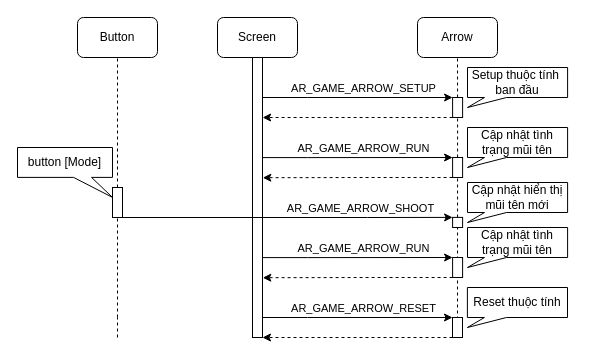
Above: page "Page-3" (2 of 2) of arrow_sequence.drawio in QuocBuu/drawio (draw.io), before the change. Source tidied: cells renumbered, new cells numbered last; positions are measured from the earlier drawing's top-left corner, leaving out a move shared by most shapes. Both pictures are drawn from the tidied source at 100%, with x=0, y=0 at pixel (17, 17).
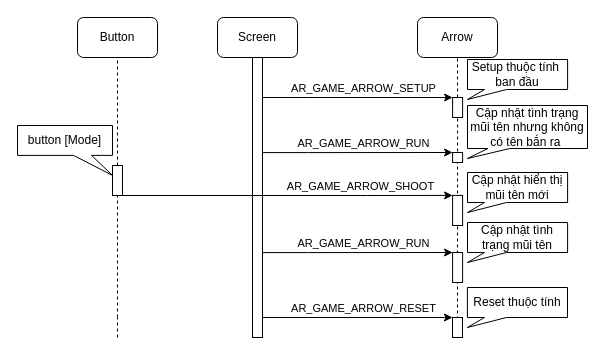
The same diagram, later.

Unchanged cells that the change refers to:
```xml
<mxCell id="13" style="rounded=0;whiteSpace=wrap;html=1;" parent="1" vertex="1">
  <mxGeometry x="435.1" y="80" width="10" height="20" as="geometry" />
</mxCell>
<mxCell id="27" style="rounded=0;whiteSpace=wrap;html=1;" parent="1" vertex="1">
  <mxGeometry x="435" y="300" width="10" height="20" as="geometry" />
</mxCell>
```

What changed in the source:
```diff
@@
-    <mxCell id="12" style="edgeStyle=orthogonalEdgeStyle;rounded=0;jettySize=auto;html=1;exitX=0;exitY=1;exitDx=0;exitDy=0;entryX=1;entryY=0.147;entryDx=0;entryDy=0;entryPerimeter=0;dashed=1;" parent="1" edge="1" source="13">
-      <mxGeometry relative="1" as="geometry">
-        <mxPoint x="245.1" y="100" as="targetPoint" />
-        <Array as="points">
-          <mxPoint x="360.1" y="100" />
-          <mxPoint x="360.1" y="100" />
-        </Array>
-      </mxGeometry>
-    </mxCell>
@@
     <mxCell id="15" style="rounded=0;whiteSpace=wrap;html=1;" parent="1" vertex="1">
-      <mxGeometry x="95" y="170" width="10" height="30" as="geometry" />
+      <mxGeometry x="95" y="148" width="10" height="30" as="geometry" />
     </mxCell>
     <mxCell id="16" style="edgeStyle=orthogonalEdgeStyle;rounded=0;jettySize=auto;html=1;entryX=0;entryY=0;entryDx=0;entryDy=0;exitX=0.989;exitY=0.265;exitDx=0;exitDy=0;exitPerimeter=0;" parent="1" edge="1" target="19">
       <mxGeometry relative="1" as="geometry">
-        <mxPoint x="245" y="140.1" as="sourcePoint" />
+        <mxPoint x="245" y="135.1" as="sourcePoint" />
         <Array as="points">
-          <mxPoint x="290.1" y="140" />
+          <mxPoint x="290.1" y="135" />
         </Array>
       </mxGeometry>
     </mxCell>
@@
-    <mxCell id="18" style="edgeStyle=orthogonalEdgeStyle;rounded=0;jettySize=auto;html=1;exitX=0;exitY=1;exitDx=0;exitDy=0;dashed=1;entryX=1.019;entryY=0.324;entryDx=0;entryDy=0;entryPerimeter=0;" parent="1" edge="1" source="19">
-      <mxGeometry relative="1" as="geometry">
-        <mxPoint x="245.3" y="160.2" as="targetPoint" />
-        <Array as="points">
-          <mxPoint x="360.1" y="160" />
-        </Array>
-      </mxGeometry>
-    </mxCell>
     <mxCell id="19" style="rounded=0;whiteSpace=wrap;html=1;" parent="1" vertex="1">
-      <mxGeometry x="435.1" y="140" width="10" height="20" as="geometry" />
+      <mxGeometry x="435.1" y="135" width="10" height="10" as="geometry" />
     </mxCell>
@@
     <mxCell id="21" style="edgeStyle=orthogonalEdgeStyle;rounded=0;jettySize=auto;html=1;entryX=0;entryY=0;entryDx=0;entryDy=0;exitX=1;exitY=1;exitDx=0;exitDy=0;" parent="1" edge="1" source="15" target="23">
       <mxGeometry relative="1" as="geometry">
         <Array as="points">
-          <mxPoint x="350" y="200" />
-          <mxPoint x="350" y="200" />
+          <mxPoint x="350" y="178" />
+          <mxPoint x="350" y="178" />
         </Array>
       </mxGeometry>
     </mxCell>
@@
     <mxCell id="23" style="rounded=0;whiteSpace=wrap;html=1;" parent="1" vertex="1">
-      <mxGeometry x="435.1" y="199.9" width="10" height="10.1" as="geometry" />
+      <mxGeometry x="435.1" y="177.9" width="10" height="30.1" as="geometry" />
     </mxCell>
@@
-    <mxCell id="26" style="edgeStyle=orthogonalEdgeStyle;rounded=0;jettySize=auto;html=1;exitX=0;exitY=1;exitDx=0;exitDy=0;dashed=1;entryX=1.019;entryY=0.324;entryDx=0;entryDy=0;entryPerimeter=0;" parent="1" edge="1" source="27">
-      <mxGeometry relative="1" as="geometry">
-        <mxPoint x="245" y="320" as="targetPoint" />
-        <Array as="points">
-          <mxPoint x="360" y="320" />
-        </Array>
-      </mxGeometry>
-    </mxCell>
@@
     <mxCell id="28" value="Setup thuộc tính&amp;nbsp;&lt;br&gt;ban đầu" style="shape=callout;whiteSpace=wrap;html=1;perimeter=calloutPerimeter;position2=0;base=22;size=10;position=0.17;" parent="1" vertex="1">
-      <mxGeometry x="450" y="50" width="100.1" height="40" as="geometry" />
+      <mxGeometry x="450" y="42" width="100.1" height="40" as="geometry" />
     </mxCell>
-    <mxCell id="29" value="Cập nhật tình trạng mũi tên" style="shape=callout;whiteSpace=wrap;html=1;perimeter=calloutPerimeter;position2=0;base=22;size=10;position=0.17;" parent="1" vertex="1">
-      <mxGeometry x="450" y="110" width="100.1" height="40" as="geometry" />
+    <mxCell id="29" value="Cập nhật tình trạng mũi tên nhưng không có tên bắn ra&amp;nbsp;" style="shape=callout;whiteSpace=wrap;html=1;perimeter=calloutPerimeter;position2=0;base=22;size=10;position=0.17;" parent="1" vertex="1">
+      <mxGeometry x="450" y="88" width="120" height="53" as="geometry" />
     </mxCell>
     <mxCell id="30" value="Cập nhật hiển thị&lt;br&gt;mũi tên mới" style="shape=callout;whiteSpace=wrap;html=1;perimeter=calloutPerimeter;position2=0;base=22;size=10;position=0.17;" parent="1" vertex="1">
-      <mxGeometry x="450" y="165" width="100.1" height="40" as="geometry" />
+      <mxGeometry x="450" y="155" width="100.1" height="40" as="geometry" />
     </mxCell>
@@
     <mxCell id="32" value="button [Mode]" style="shape=callout;whiteSpace=wrap;html=1;perimeter=calloutPerimeter;position2=1;base=18;size=20;position=0.59;" parent="1" vertex="1">
-      <mxGeometry y="130" width="95" height="49.9" as="geometry" />
+      <mxGeometry y="108" width="95" height="49.9" as="geometry" />
     </mxCell>
     <mxCell id="33" style="edgeStyle=orthogonalEdgeStyle;rounded=0;jettySize=auto;html=1;entryX=0;entryY=0;entryDx=0;entryDy=0;exitX=0.989;exitY=0.265;exitDx=0;exitDy=0;exitPerimeter=0;" parent="1" edge="1" target="36">
       <mxGeometry relative="1" as="geometry">
-        <mxPoint x="245" y="240.1" as="sourcePoint" />
+        <mxPoint x="245" y="235.1" as="sourcePoint" />
         <Array as="points">
-          <mxPoint x="290.1" y="240" />
+          <mxPoint x="290.1" y="235" />
         </Array>
       </mxGeometry>
     </mxCell>
@@
-    <mxCell id="35" style="edgeStyle=orthogonalEdgeStyle;rounded=0;jettySize=auto;html=1;exitX=0;exitY=1;exitDx=0;exitDy=0;dashed=1;entryX=1.019;entryY=0.324;entryDx=0;entryDy=0;entryPerimeter=0;" parent="1" edge="1" source="36">
-      <mxGeometry relative="1" as="geometry">
-        <mxPoint x="245.3" y="260.2" as="targetPoint" />
-        <Array as="points">
-          <mxPoint x="360.1" y="260" />
-        </Array>
-      </mxGeometry>
-    </mxCell>
     <mxCell id="36" style="rounded=0;whiteSpace=wrap;html=1;" parent="1" vertex="1">
-      <mxGeometry x="435.1" y="240" width="10" height="20" as="geometry" />
+      <mxGeometry x="435.1" y="235" width="10" height="30" as="geometry" />
     </mxCell>
     <mxCell id="37" value="Cập nhật tình trạng mũi tên" style="shape=callout;whiteSpace=wrap;html=1;perimeter=calloutPerimeter;position2=0;base=22;size=10;position=0.17;" parent="1" vertex="1">
-      <mxGeometry x="450" y="210" width="100.1" height="40" as="geometry" />
+      <mxGeometry x="450" y="205" width="100.1" height="40" as="geometry" />
     </mxCell>
```
